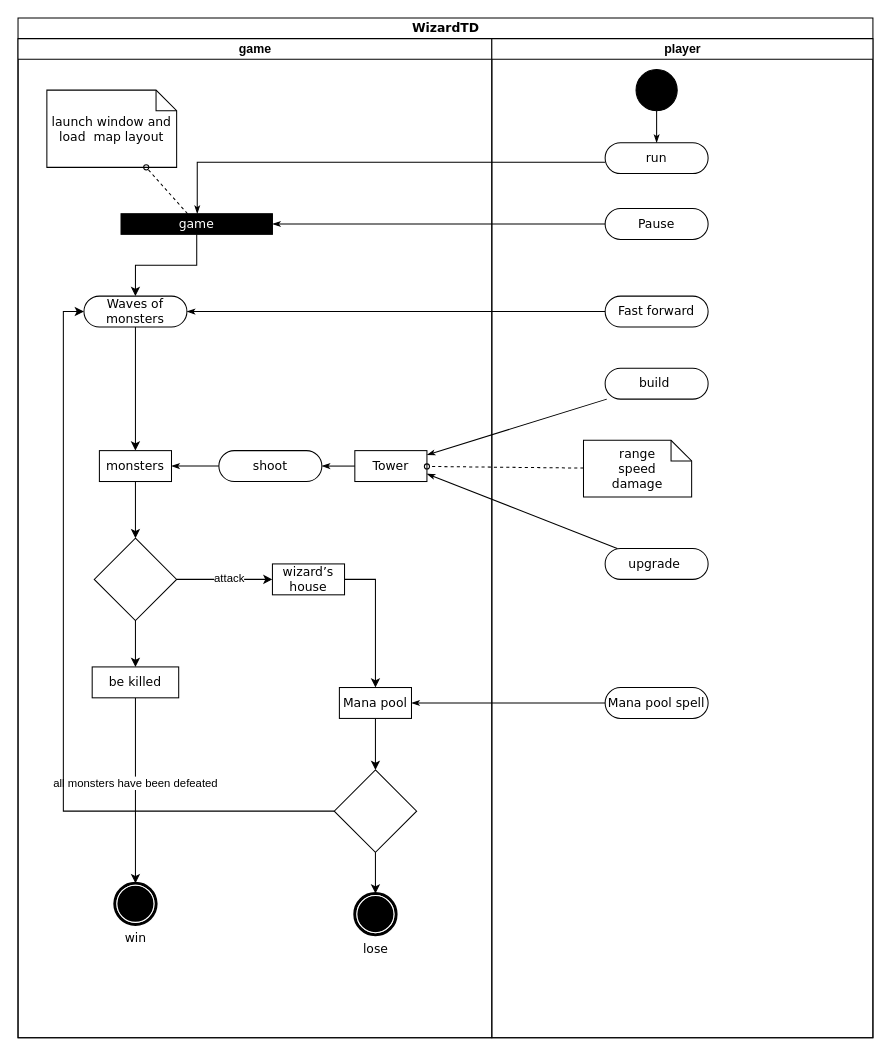
Earlier version of the draw.io diagram 未命名绘图.drawio (dfz12300/bilibiliCaptcha). Source tidied: cells renumbered, new cells numbered last; positions are measured from the earlier drawing's top-left corner, leaving out a move shared by most shapes. Both pictures are drawn from the tidied source at 103%, with x=0, y=0 at pixel (18, 18).
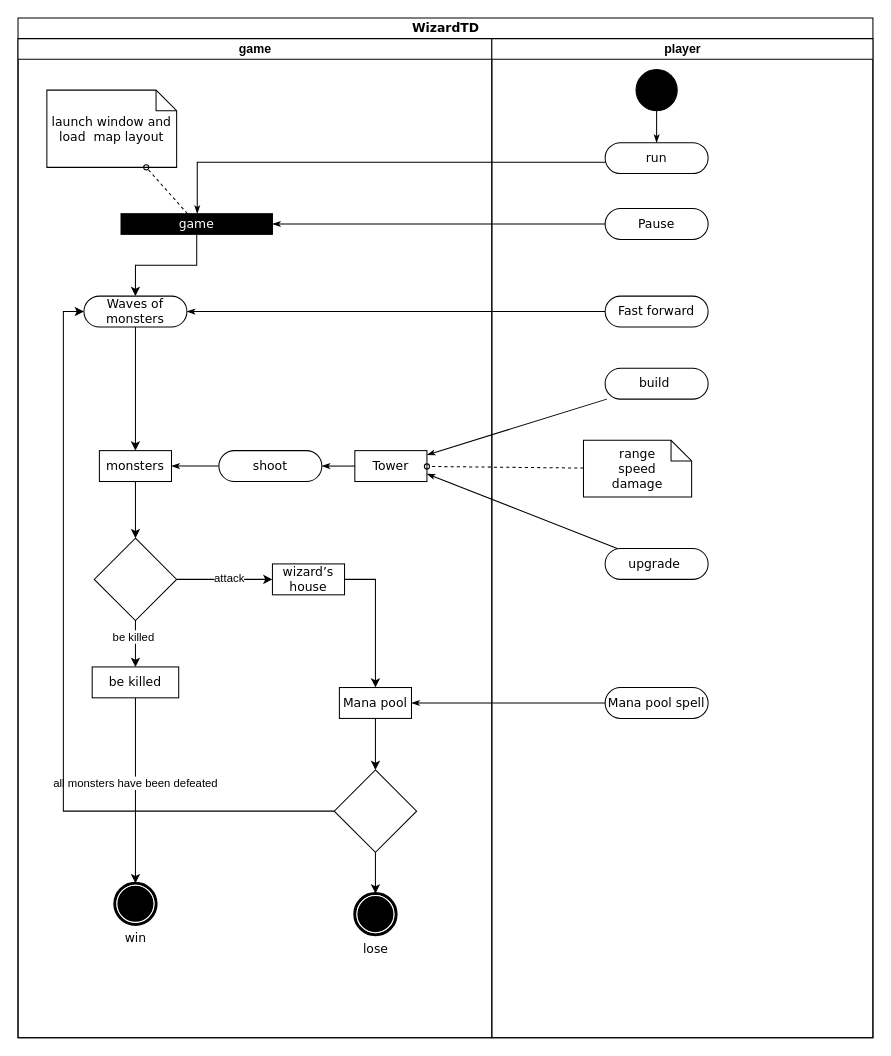
Above is the later version.

Commit message (it also covers changes not shown here):
更新未命名绘图.drawio

The change refers to these unchanged cells:
```xml
<mxCell id="18" style="edgeStyle=orthogonalEdgeStyle;rounded=0;jettySize=auto;html=1;" parent="3" edge="1" source="21" target="24">
  <mxGeometry relative="1" as="geometry" />
</mxCell>
```

What changed in the source:
```diff
@@
+    <mxCell id="49" value="be killed" style="edgeLabel;html=1;align=center;verticalAlign=middle;" parent="18" vertex="1">
+      <mxGeometry x="-0.32" y="-3" relative="1" as="geometry" />
+    </mxCell>
```
